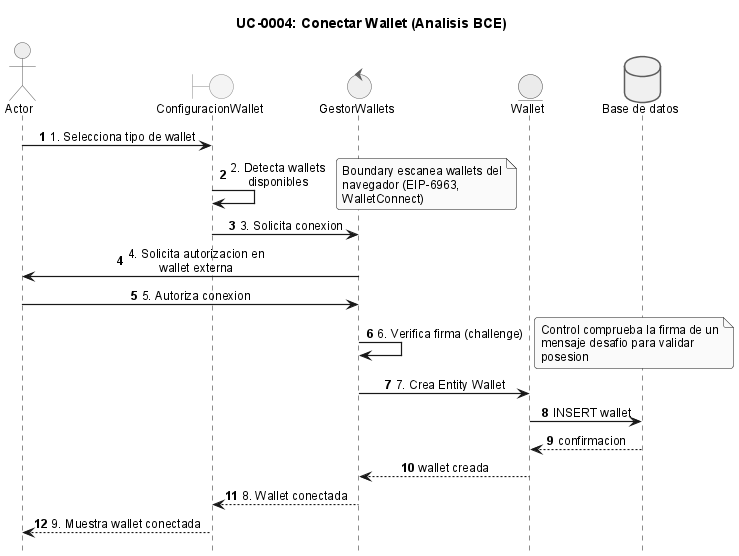
This is anexos/diagramas/seq-bce-uc0004-wallet.png from ErDeivih/DocumentChain, a PlantUML export, as it was before one commit.
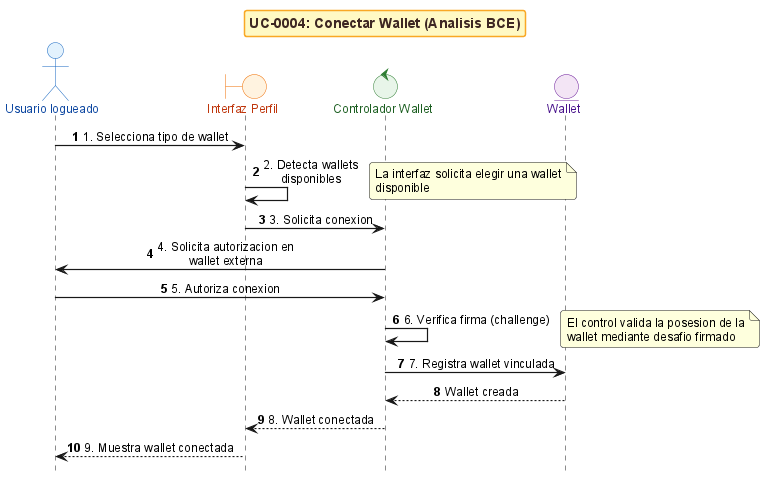
Later version of the same file.

The edit, as a diff of the source:
```diff
@@ -3,27 +3,24 @@
 
 title UC-0004: Conectar Wallet (Analisis BCE)
 
-actor Actor
-boundary "ConfiguracionWallet" as BCW
-control "GestorWallets" as CW
+actor "Usuario logueado" as Actor
+boundary "Interfaz Perfil" as BCW
+control "Controlador Wallet" as CW
 entity "Wallet" as EW
 
-database "Base de datos" as DB
 
 Actor -> BCW : 1. Selecciona tipo de wallet
 BCW -> BCW : 2. Detecta wallets disponibles
-note right : Boundary escanea wallets del navegador (EIP-6963, WalletConnect)
+note right : La interfaz solicita elegir una wallet disponible
 
 BCW -> CW : 3. Solicita conexion
 CW -> Actor : 4. Solicita autorizacion en wallet externa
 Actor -> CW : 5. Autoriza conexion
 CW -> CW : 6. Verifica firma (challenge)
-note right : Control comprueba la firma de un mensaje desafio para validar posesion
+note right : El control valida la posesion de la wallet mediante desafio firmado
 
-CW -> EW : 7. Crea Entity Wallet
-EW -> DB : INSERT wallet
-DB --> EW : confirmacion
-EW --> CW : wallet creada
+CW -> EW : 7. Registra wallet vinculada
+EW --> CW : Wallet creada
 
 CW --> BCW : 8. Wallet conectada
 BCW --> Actor : 9. Muestra wallet conectada
```
